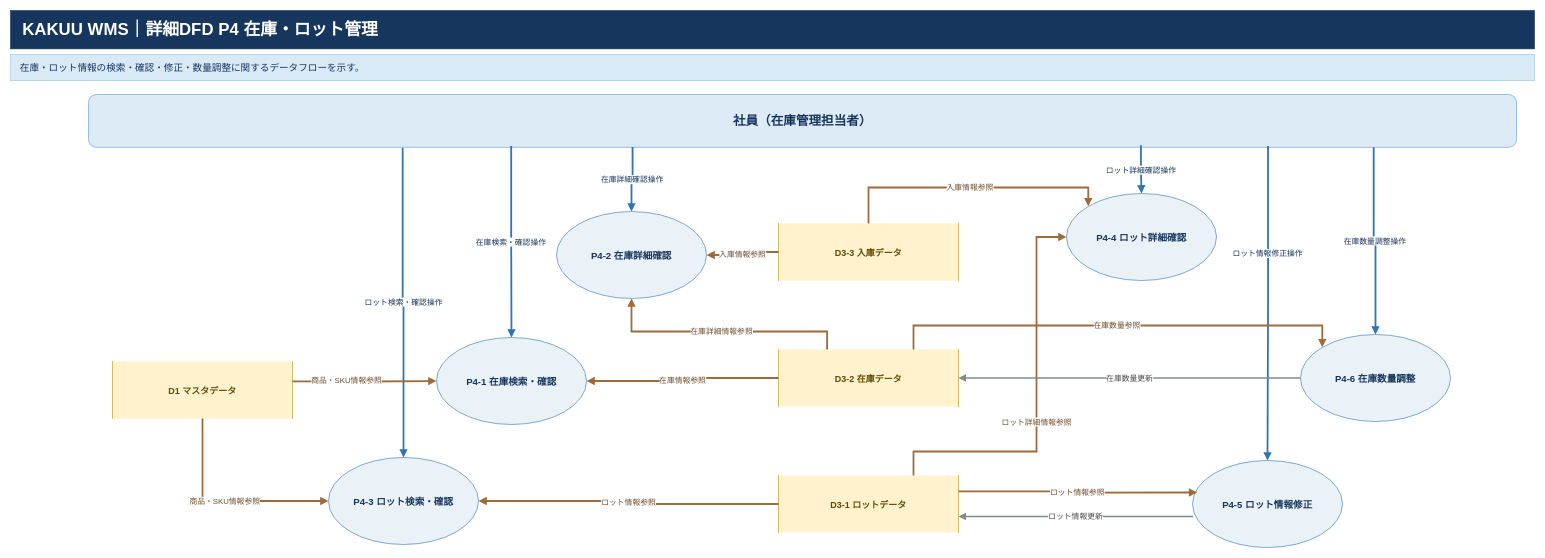
This is docs/3_要件定義/05_DFD/drawio/KAKUU_詳細WMS_DFD_P4.drawio from hino-115/kakuu-wms, a draw.io file, before an edit. Source tidied: cells renumbered, new cells numbered last; positions are measured from the earlier drawing's top-left corner, leaving out a move shared by most shapes. Both pictures are drawn from the tidied source at 60%, with x=0, y=0 at pixel (10, 10).
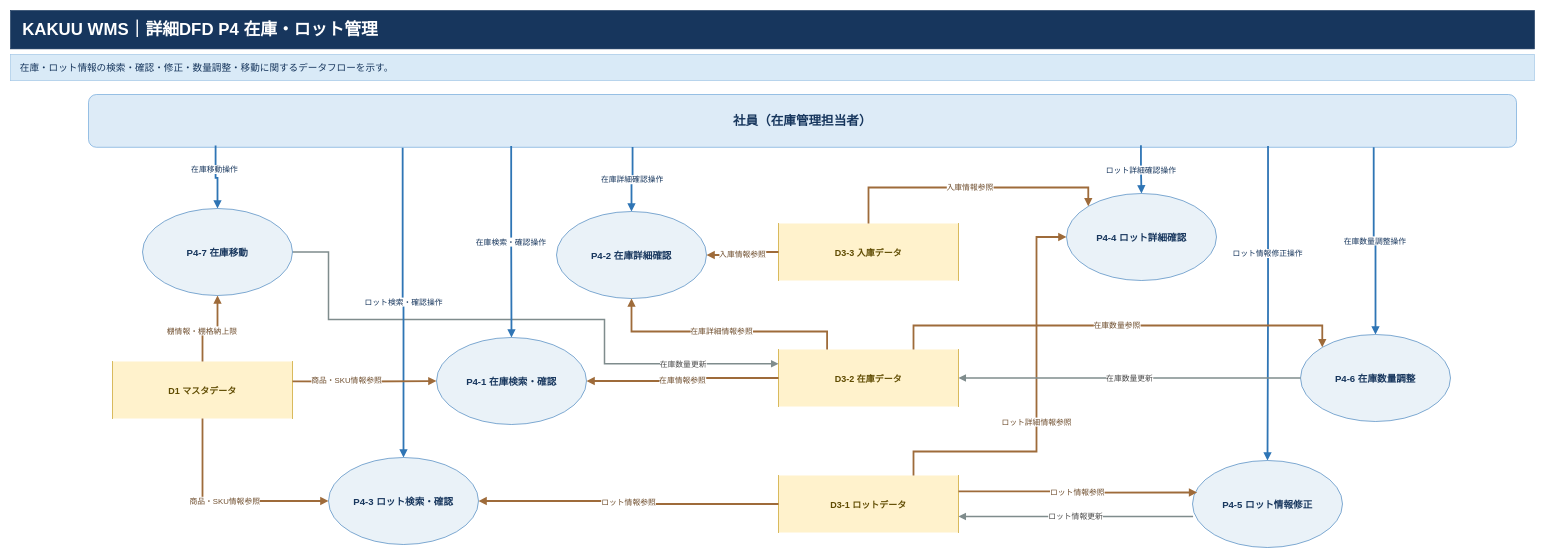
After the change.

The change refers to these unchanged cells:
```xml
<mxCell id="4" value="社員（在庫管理担当者）" style="rounded=1;whiteSpace=wrap;html=1;fillColor=#DDEBF7;strokeColor=#5B9BD5;fontColor=#17365D;fontStyle=1;fontSize=21;align=center;verticalAlign=middle;" parent="1" vertex="1">
  <mxGeometry x="130" y="140" width="2380" height="88" as="geometry" />
</mxCell>
<mxCell id="11" value="D1 マスタデータ" style="shape=partialRectangle;whiteSpace=wrap;html=1;top=0;bottom=0;left=1;right=1;fillColor=#FFF2CC;strokeColor=#BF9000;fontColor=#5F4B00;fontStyle=1;fontSize=15;align=center;verticalAlign=middle;" parent="1" vertex="1">
  <mxGeometry x="170" y="585" width="300" height="95" as="geometry" />
</mxCell>
<mxCell id="13" value="D3-2 在庫データ" style="shape=partialRectangle;whiteSpace=wrap;html=1;top=0;bottom=0;left=1;right=1;fillColor=#FFF2CC;strokeColor=#BF9000;fontColor=#5F4B00;fontStyle=1;fontSize=15;align=center;verticalAlign=middle;" parent="1" vertex="1">
  <mxGeometry x="1280" y="565" width="300" height="95" as="geometry" />
</mxCell>
```

Diff of the diagram source:
```diff
@@
+    <mxCell id="33" value="在庫数量更新" style="edgeStyle=orthogonalEdgeStyle;rounded=0;jettySize=auto;html=1;endArrow=block;endFill=1;strokeWidth=2.5;strokeColor=#7F8C8D;fontSize=13;fontColor=#4A4A4A;labelBackgroundColor=#FFFFFF;exitX=1;exitY=0.5;entryX=0;entryY=0.25;exitDx=0;exitDy=0;entryDx=0;entryDy=0;" parent="1" edge="1" source="34" target="13">
+      <mxGeometry x="0.68" relative="1" as="geometry">
+        <Array as="points">
+          <mxPoint x="530" y="402.5" />
+          <mxPoint x="530" y="515" />
+          <mxPoint x="990" y="515" />
+          <mxPoint x="990" y="588.8" />
+        </Array>
+      </mxGeometry>
+    </mxCell>
@@
-    <mxCell id="3" value="在庫・ロット情報の検索・確認・修正・数量調整に関するデータフローを示す。" style="rounded=0;whiteSpace=wrap;html=1;fillColor=#D9EAF7;strokeColor=#9CC2E5;fontColor=#17365D;fontSize=16;align=left;verticalAlign=middle;spacingLeft=14;" parent="1" vertex="1">
+    <mxCell id="3" value="在庫・ロット情報の検索・確認・修正・数量調整・移動に関するデータフローを示す。" style="rounded=0;whiteSpace=wrap;html=1;fillColor=#D9EAF7;strokeColor=#9CC2E5;fontColor=#17365D;fontSize=16;align=left;verticalAlign=middle;spacingLeft=14;" parent="1" vertex="1">
       <mxGeometry y="73" width="2540" height="44" as="geometry" />
     </mxCell>
@@
+    <mxCell id="34" value="P4-7 在庫移動" style="ellipse;whiteSpace=wrap;html=1;fillColor=#EAF2F8;strokeColor=#2F75B5;fontColor=#17365D;fontStyle=1;fontSize=16;align=center;verticalAlign=middle;" parent="1" vertex="1">
+      <mxGeometry x="220" y="330" width="250" height="145" as="geometry" />
+    </mxCell>
+    <mxCell id="35" value="棚情報・棚格納上限" style="edgeStyle=orthogonalEdgeStyle;rounded=0;jettySize=auto;html=1;endArrow=block;endFill=1;strokeWidth=3;strokeColor=#9E6B3A;fontSize=13;fontColor=#6F4E2E;labelBackgroundColor=#FFFFFF;entryX=0.5;entryY=1;entryDx=0;entryDy=0;exitX=0.5;exitY=0;exitDx=0;exitDy=0;" parent="1" edge="1" source="11" target="34">
+      <mxGeometry x="-0.25" y="1" relative="1" as="geometry" />
+    </mxCell>
+    <mxCell id="36" value="在庫移動操作" style="edgeStyle=orthogonalEdgeStyle;rounded=0;jettySize=auto;html=1;endArrow=block;endFill=1;strokeWidth=3;strokeColor=#2F75B5;fontSize=13;fontColor=#17365D;labelBackgroundColor=#FFFFFF;entryX=0.5;entryY=0;entryDx=0;entryDy=0;exitX=0.089;exitY=0.965;exitDx=0;exitDy=0;exitPerimeter=0;" parent="1" edge="1" source="4" target="34">
+      <mxGeometry x="-0.26" y="-2" relative="1" as="geometry" />
+    </mxCell>
```
